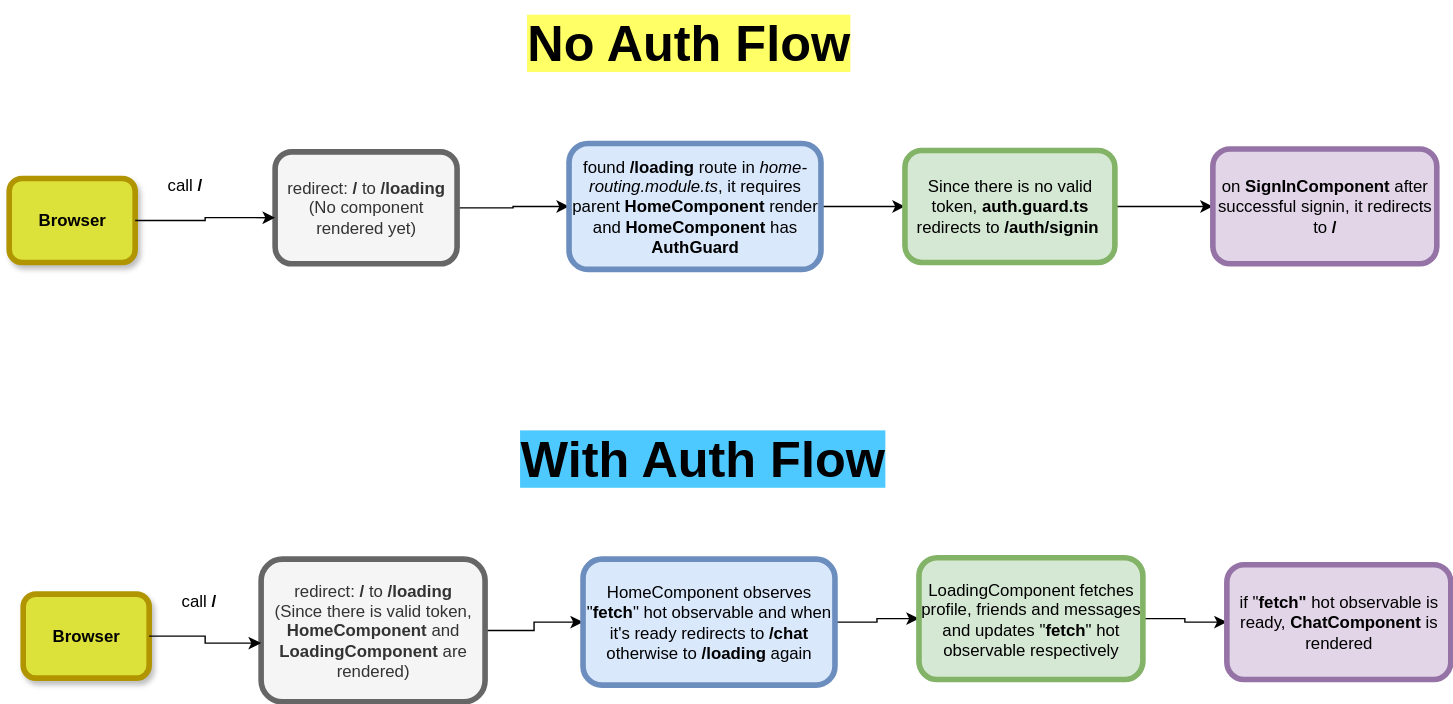
mtorak/spring-angular9-to-20-upgrade-nebular-theme keeps this draw.io diagram as images/auth-flow-nebular-chat.drawio.svg. Above is the earlier version. Source tidied: cells renumbered, new cells last; positions are measured from the earlier drawing's top-left corner, leaving out a move shared by most shapes. The source it was exported from:
```xml
<mxGraphModel>
  <root>
    <mxCell id="0" />
    <mxCell id="1" parent="0" />
    <mxCell id="2" value="&lt;b&gt;Browser&lt;/b&gt;" style="rounded=1;whiteSpace=wrap;html=1;strokeWidth=4;shadow=1;strokeColor=#B09500;fillColor=#DCE239;fontColor=#000000;" parent="1" vertex="1">
      <mxGeometry y="127" width="90" height="60" as="geometry" />
    </mxCell>
    <mxCell id="3" style="edgeStyle=orthogonalEdgeStyle;rounded=0;jettySize=auto;html=1;" parent="1" edge="1" source="4" target="7">
      <mxGeometry relative="1" as="geometry" />
    </mxCell>
    <mxCell id="4" value="redirect: &lt;b&gt;/&lt;/b&gt; to &lt;b&gt;/loading&lt;/b&gt;&lt;div&gt;(No component rendered yet)&lt;/div&gt;" style="rounded=1;whiteSpace=wrap;html=1;fillColor=#f5f5f5;fontColor=#333333;strokeColor=#666666;strokeWidth=4;" parent="1" vertex="1">
      <mxGeometry x="190" y="108" width="130" height="80" as="geometry" />
    </mxCell>
    <mxCell id="5" value="call &lt;b&gt;/&lt;/b&gt;" style="text;html=1;align=center;verticalAlign=middle;strokeColor=none;fillColor=none;" parent="1" vertex="1">
      <mxGeometry x="100" y="117" width="50" height="30" as="geometry" />
    </mxCell>
    <mxCell id="6" style="edgeStyle=orthogonalEdgeStyle;rounded=0;jettySize=auto;html=1;entryX=0;entryY=0.5;entryDx=0;entryDy=0;" parent="1" edge="1" source="7" target="9">
      <mxGeometry relative="1" as="geometry" />
    </mxCell>
    <mxCell id="7" value="found &lt;b&gt;/loading &lt;/b&gt;route in&amp;nbsp;&lt;i&gt;home-routing.module.ts&lt;/i&gt;, it requires parent &lt;b&gt;HomeComponent&lt;/b&gt; render and &lt;b&gt;HomeComponent&lt;/b&gt; has &lt;b&gt;AuthGuard&lt;/b&gt;" style="rounded=1;whiteSpace=wrap;html=1;fillColor=#dae8fc;strokeColor=#6c8ebf;strokeWidth=4;" parent="1" vertex="1">
      <mxGeometry x="400" y="102" width="180" height="90" as="geometry" />
    </mxCell>
    <mxCell id="8" style="edgeStyle=orthogonalEdgeStyle;rounded=0;jettySize=auto;html=1;entryX=0;entryY=0.5;entryDx=0;entryDy=0;" parent="1" edge="1" source="9" target="10">
      <mxGeometry relative="1" as="geometry" />
    </mxCell>
    <mxCell id="9" value="Since there is no valid token,&lt;b&gt; auth.guard.ts &lt;/b&gt;redirects to &lt;b&gt;/auth/signin&amp;nbsp;&lt;/b&gt;" style="rounded=1;whiteSpace=wrap;html=1;fillColor=#d5e8d4;strokeColor=#82b366;strokeWidth=4;" parent="1" vertex="1">
      <mxGeometry x="640" y="107" width="150" height="80" as="geometry" />
    </mxCell>
    <mxCell id="10" value="on &lt;b&gt;SignInComponent &lt;/b&gt;after successful signin, it redirects to &lt;b&gt;/&lt;/b&gt;" style="rounded=1;whiteSpace=wrap;html=1;fillColor=#e1d5e7;strokeColor=#9673a6;strokeWidth=4;" parent="1" vertex="1">
      <mxGeometry x="860" y="106" width="160" height="82" as="geometry" />
    </mxCell>
    <mxCell id="11" style="edgeStyle=orthogonalEdgeStyle;rounded=0;jettySize=auto;html=1;entryX=0;entryY=0.588;entryDx=0;entryDy=0;entryPerimeter=0;" parent="1" edge="1" source="2" target="4">
      <mxGeometry relative="1" as="geometry" />
    </mxCell>
    <mxCell id="12" value="&lt;font style=&quot;font-size: 36px;&quot;&gt;&lt;b style=&quot;background-color: rgb(255, 255, 102);&quot;&gt;No Auth Flow&lt;/b&gt;&lt;/font&gt;" style="text;html=1;align=center;verticalAlign=middle;strokeColor=none;fillColor=none;" parent="1" vertex="1">
      <mxGeometry x="360" width="250" height="60" as="geometry" />
    </mxCell>
    <mxCell id="13" value="&lt;b&gt;Browser&lt;/b&gt;" style="rounded=1;whiteSpace=wrap;html=1;glass=0;shadow=1;strokeWidth=4;strokeColor=#B09500;fillColor=#DCE239;fontColor=#000000;" parent="1" vertex="1">
      <mxGeometry x="10" y="424" width="90" height="60" as="geometry" />
    </mxCell>
    <mxCell id="14" style="edgeStyle=orthogonalEdgeStyle;rounded=0;jettySize=auto;html=1;" parent="1" edge="1" source="15" target="18">
      <mxGeometry relative="1" as="geometry" />
    </mxCell>
    <mxCell id="15" value="redirect: &lt;b&gt;/&lt;/b&gt; to &lt;b&gt;/loading&lt;/b&gt;&lt;div&gt;(Since there is valid token, &lt;b&gt;HomeComponent&lt;/b&gt; and &lt;b&gt;LoadingComponent&lt;/b&gt; are rendered)&lt;/div&gt;" style="rounded=1;whiteSpace=wrap;html=1;fillColor=#f5f5f5;fontColor=#333333;strokeColor=#666666;strokeWidth=4;" parent="1" vertex="1">
      <mxGeometry x="180" y="399" width="160" height="102" as="geometry" />
    </mxCell>
    <mxCell id="16" value="call &lt;b&gt;/&lt;/b&gt;" style="text;html=1;align=center;verticalAlign=middle;strokeColor=none;fillColor=none;" parent="1" vertex="1">
      <mxGeometry x="110" y="414" width="50" height="30" as="geometry" />
    </mxCell>
    <mxCell id="17" style="edgeStyle=orthogonalEdgeStyle;rounded=0;jettySize=auto;html=1;entryX=0;entryY=0.5;entryDx=0;entryDy=0;" parent="1" edge="1" source="18" target="20">
      <mxGeometry relative="1" as="geometry" />
    </mxCell>
    <mxCell id="18" value="HomeComponent observes &quot;&lt;b&gt;fetch&lt;/b&gt;&quot; hot observable and when it's ready redirects to &lt;b&gt;/chat &lt;/b&gt;otherwise to &lt;b&gt;/loading&lt;/b&gt; again" style="rounded=1;whiteSpace=wrap;html=1;fillColor=#dae8fc;strokeColor=#6c8ebf;strokeWidth=4;" parent="1" vertex="1">
      <mxGeometry x="410" y="399" width="180" height="90" as="geometry" />
    </mxCell>
    <mxCell id="19" style="edgeStyle=orthogonalEdgeStyle;rounded=0;jettySize=auto;html=1;entryX=0;entryY=0.5;entryDx=0;entryDy=0;" parent="1" edge="1" source="20" target="21">
      <mxGeometry relative="1" as="geometry" />
    </mxCell>
    <mxCell id="20" value="LoadingComponent fetches profile, friends and messages and updates &quot;&lt;b&gt;fetch&lt;/b&gt;&quot; hot observable respectively" style="rounded=1;whiteSpace=wrap;html=1;fillColor=#d5e8d4;strokeColor=#82b366;strokeWidth=4;" parent="1" vertex="1">
      <mxGeometry x="650" y="398" width="160" height="87" as="geometry" />
    </mxCell>
    <mxCell id="21" value="if &quot;&lt;b&gt;fetch&quot; &lt;/b&gt;hot observable is ready, &lt;b&gt;ChatComponent&lt;/b&gt; is rendered" style="rounded=1;whiteSpace=wrap;html=1;fillColor=#e1d5e7;strokeColor=#9673a6;strokeWidth=4;" parent="1" vertex="1">
      <mxGeometry x="870" y="403" width="160" height="82" as="geometry" />
    </mxCell>
    <mxCell id="22" style="edgeStyle=orthogonalEdgeStyle;rounded=0;jettySize=auto;html=1;entryX=0;entryY=0.588;entryDx=0;entryDy=0;entryPerimeter=0;" parent="1" edge="1" source="13" target="15">
      <mxGeometry relative="1" as="geometry" />
    </mxCell>
    <mxCell id="23" value="&lt;font style=&quot;font-size: 36px;&quot;&gt;&lt;b style=&quot;background-color: light-dark(rgb(77, 201, 255), rgb(43, 130, 218));&quot;&gt;With Auth Flow&lt;/b&gt;&lt;/font&gt;" style="text;html=1;align=center;verticalAlign=middle;strokeColor=none;fillColor=none;fontFamily=Helvetica;" parent="1" vertex="1">
      <mxGeometry x="355" y="297" width="280" height="60" as="geometry" />
    </mxCell>
  </root>
</mxGraphModel>
```
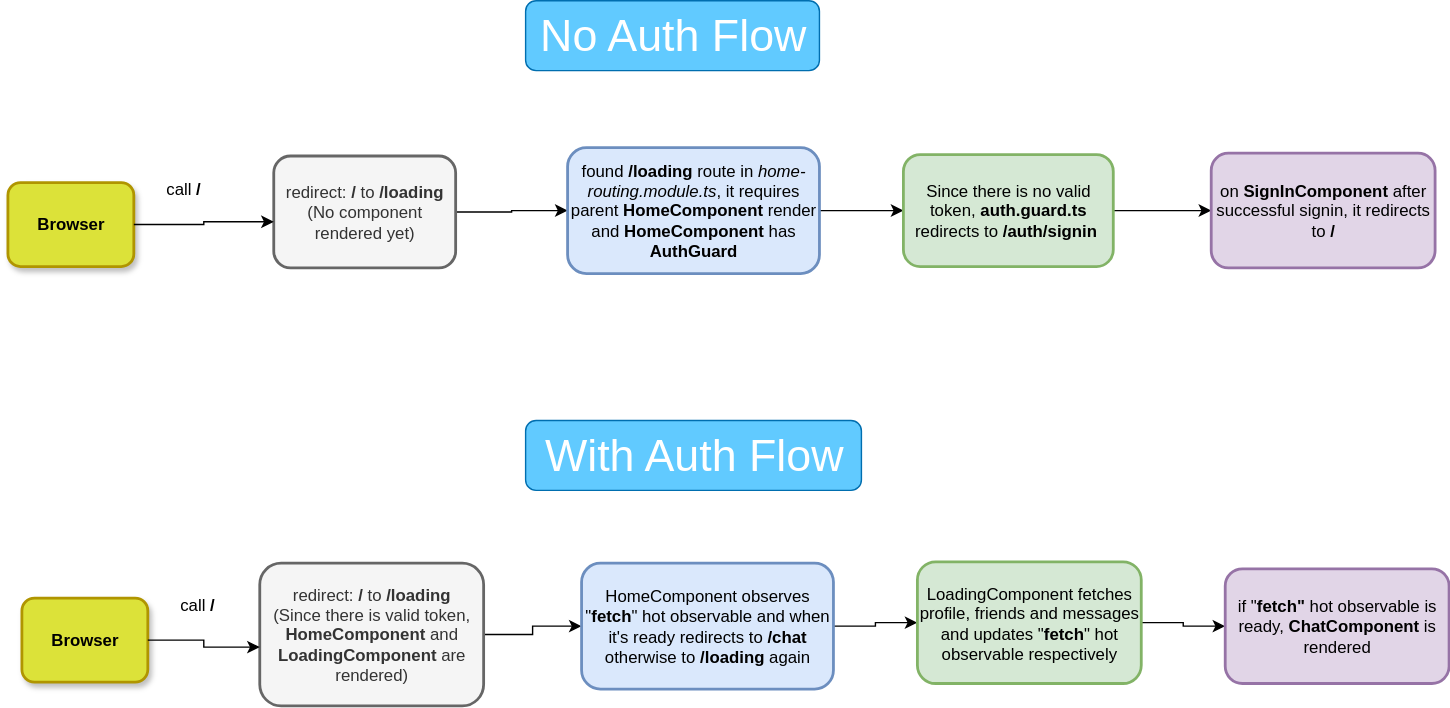
Later version of the same file.

Diff of the diagram source:
```diff
@@ -2,13 +2,13 @@
   <root>
     <mxCell id="0" />
     <mxCell id="1" parent="0" />
-    <mxCell id="2" value="&lt;b&gt;Browser&lt;/b&gt;" style="rounded=1;whiteSpace=wrap;html=1;strokeWidth=4;shadow=1;strokeColor=#B09500;fillColor=#DCE239;fontColor=#000000;" parent="1" vertex="1">
+    <mxCell id="2" value="&lt;b&gt;Browser&lt;/b&gt;" style="rounded=1;whiteSpace=wrap;html=1;strokeWidth=2;shadow=1;strokeColor=#B09500;fillColor=#DCE239;fontColor=#000000;" parent="1" vertex="1">
       <mxGeometry y="127" width="90" height="60" as="geometry" />
     </mxCell>
     <mxCell id="3" style="edgeStyle=orthogonalEdgeStyle;rounded=0;jettySize=auto;html=1;" parent="1" edge="1" source="4" target="7">
       <mxGeometry relative="1" as="geometry" />
     </mxCell>
-    <mxCell id="4" value="redirect: &lt;b&gt;/&lt;/b&gt; to &lt;b&gt;/loading&lt;/b&gt;&lt;div&gt;(No component rendered yet)&lt;/div&gt;" style="rounded=1;whiteSpace=wrap;html=1;fillColor=#f5f5f5;fontColor=#333333;strokeColor=#666666;strokeWidth=4;" parent="1" vertex="1">
+    <mxCell id="4" value="redirect: &lt;b&gt;/&lt;/b&gt; to &lt;b&gt;/loading&lt;/b&gt;&lt;div&gt;(No component rendered yet)&lt;/div&gt;" style="rounded=1;whiteSpace=wrap;html=1;fillColor=#f5f5f5;fontColor=#333333;strokeColor=#666666;strokeWidth=2;" parent="1" vertex="1">
       <mxGeometry x="190" y="108" width="130" height="80" as="geometry" />
     </mxCell>
     <mxCell id="5" value="call &lt;b&gt;/&lt;/b&gt;" style="text;html=1;align=center;verticalAlign=middle;strokeColor=none;fillColor=none;" parent="1" vertex="1">
@@ -17,31 +17,28 @@
     <mxCell id="6" style="edgeStyle=orthogonalEdgeStyle;rounded=0;jettySize=auto;html=1;entryX=0;entryY=0.5;entryDx=0;entryDy=0;" parent="1" edge="1" source="7" target="9">
       <mxGeometry relative="1" as="geometry" />
     </mxCell>
-    <mxCell id="7" value="found &lt;b&gt;/loading &lt;/b&gt;route in&amp;nbsp;&lt;i&gt;home-routing.module.ts&lt;/i&gt;, it requires parent &lt;b&gt;HomeComponent&lt;/b&gt; render and &lt;b&gt;HomeComponent&lt;/b&gt; has &lt;b&gt;AuthGuard&lt;/b&gt;" style="rounded=1;whiteSpace=wrap;html=1;fillColor=#dae8fc;strokeColor=#6c8ebf;strokeWidth=4;" parent="1" vertex="1">
+    <mxCell id="7" value="found &lt;b&gt;/loading &lt;/b&gt;route in&amp;nbsp;&lt;i&gt;home-routing.module.ts&lt;/i&gt;, it requires parent &lt;b&gt;HomeComponent&lt;/b&gt; render and &lt;b&gt;HomeComponent&lt;/b&gt; has &lt;b&gt;AuthGuard&lt;/b&gt;" style="rounded=1;whiteSpace=wrap;html=1;fillColor=#dae8fc;strokeColor=#6c8ebf;strokeWidth=2;" parent="1" vertex="1">
       <mxGeometry x="400" y="102" width="180" height="90" as="geometry" />
     </mxCell>
     <mxCell id="8" style="edgeStyle=orthogonalEdgeStyle;rounded=0;jettySize=auto;html=1;entryX=0;entryY=0.5;entryDx=0;entryDy=0;" parent="1" edge="1" source="9" target="10">
       <mxGeometry relative="1" as="geometry" />
     </mxCell>
-    <mxCell id="9" value="Since there is no valid token,&lt;b&gt; auth.guard.ts &lt;/b&gt;redirects to &lt;b&gt;/auth/signin&amp;nbsp;&lt;/b&gt;" style="rounded=1;whiteSpace=wrap;html=1;fillColor=#d5e8d4;strokeColor=#82b366;strokeWidth=4;" parent="1" vertex="1">
+    <mxCell id="9" value="Since there is no valid token,&lt;b&gt; auth.guard.ts &lt;/b&gt;redirects to &lt;b&gt;/auth/signin&amp;nbsp;&lt;/b&gt;" style="rounded=1;whiteSpace=wrap;html=1;fillColor=#d5e8d4;strokeColor=#82b366;strokeWidth=2;" parent="1" vertex="1">
       <mxGeometry x="640" y="107" width="150" height="80" as="geometry" />
     </mxCell>
-    <mxCell id="10" value="on &lt;b&gt;SignInComponent &lt;/b&gt;after successful signin, it redirects to &lt;b&gt;/&lt;/b&gt;" style="rounded=1;whiteSpace=wrap;html=1;fillColor=#e1d5e7;strokeColor=#9673a6;strokeWidth=4;" parent="1" vertex="1">
+    <mxCell id="10" value="on &lt;b&gt;SignInComponent &lt;/b&gt;after successful signin, it redirects to &lt;b&gt;/&lt;/b&gt;" style="rounded=1;whiteSpace=wrap;html=1;fillColor=#e1d5e7;strokeColor=#9673a6;strokeWidth=2;" parent="1" vertex="1">
       <mxGeometry x="860" y="106" width="160" height="82" as="geometry" />
     </mxCell>
     <mxCell id="11" style="edgeStyle=orthogonalEdgeStyle;rounded=0;jettySize=auto;html=1;entryX=0;entryY=0.588;entryDx=0;entryDy=0;entryPerimeter=0;" parent="1" edge="1" source="2" target="4">
       <mxGeometry relative="1" as="geometry" />
     </mxCell>
-    <mxCell id="12" value="&lt;font style=&quot;font-size: 36px;&quot;&gt;&lt;b style=&quot;background-color: rgb(255, 255, 102);&quot;&gt;No Auth Flow&lt;/b&gt;&lt;/font&gt;" style="text;html=1;align=center;verticalAlign=middle;strokeColor=none;fillColor=none;" parent="1" vertex="1">
-      <mxGeometry x="360" width="250" height="60" as="geometry" />
-    </mxCell>
-    <mxCell id="13" value="&lt;b&gt;Browser&lt;/b&gt;" style="rounded=1;whiteSpace=wrap;html=1;glass=0;shadow=1;strokeWidth=4;strokeColor=#B09500;fillColor=#DCE239;fontColor=#000000;" parent="1" vertex="1">
+    <mxCell id="13" value="&lt;b&gt;Browser&lt;/b&gt;" style="rounded=1;whiteSpace=wrap;html=1;glass=0;shadow=1;strokeWidth=2;strokeColor=#B09500;fillColor=#DCE239;fontColor=#000000;" parent="1" vertex="1">
       <mxGeometry x="10" y="424" width="90" height="60" as="geometry" />
     </mxCell>
     <mxCell id="14" style="edgeStyle=orthogonalEdgeStyle;rounded=0;jettySize=auto;html=1;" parent="1" edge="1" source="15" target="18">
       <mxGeometry relative="1" as="geometry" />
     </mxCell>
-    <mxCell id="15" value="redirect: &lt;b&gt;/&lt;/b&gt; to &lt;b&gt;/loading&lt;/b&gt;&lt;div&gt;(Since there is valid token, &lt;b&gt;HomeComponent&lt;/b&gt; and &lt;b&gt;LoadingComponent&lt;/b&gt; are rendered)&lt;/div&gt;" style="rounded=1;whiteSpace=wrap;html=1;fillColor=#f5f5f5;fontColor=#333333;strokeColor=#666666;strokeWidth=4;" parent="1" vertex="1">
+    <mxCell id="15" value="redirect: &lt;b&gt;/&lt;/b&gt; to &lt;b&gt;/loading&lt;/b&gt;&lt;div&gt;(Since there is valid token, &lt;b&gt;HomeComponent&lt;/b&gt; and &lt;b&gt;LoadingComponent&lt;/b&gt; are rendered)&lt;/div&gt;" style="rounded=1;whiteSpace=wrap;html=1;fillColor=#f5f5f5;fontColor=#333333;strokeColor=#666666;strokeWidth=2;" parent="1" vertex="1">
       <mxGeometry x="180" y="399" width="160" height="102" as="geometry" />
     </mxCell>
     <mxCell id="16" value="call &lt;b&gt;/&lt;/b&gt;" style="text;html=1;align=center;verticalAlign=middle;strokeColor=none;fillColor=none;" parent="1" vertex="1">
@@ -50,23 +47,26 @@
     <mxCell id="17" style="edgeStyle=orthogonalEdgeStyle;rounded=0;jettySize=auto;html=1;entryX=0;entryY=0.5;entryDx=0;entryDy=0;" parent="1" edge="1" source="18" target="20">
       <mxGeometry relative="1" as="geometry" />
     </mxCell>
-    <mxCell id="18" value="HomeComponent observes &quot;&lt;b&gt;fetch&lt;/b&gt;&quot; hot observable and when it's ready redirects to &lt;b&gt;/chat &lt;/b&gt;otherwise to &lt;b&gt;/loading&lt;/b&gt; again" style="rounded=1;whiteSpace=wrap;html=1;fillColor=#dae8fc;strokeColor=#6c8ebf;strokeWidth=4;" parent="1" vertex="1">
+    <mxCell id="18" value="HomeComponent observes &quot;&lt;b&gt;fetch&lt;/b&gt;&quot; hot observable and when it's ready redirects to &lt;b&gt;/chat &lt;/b&gt;otherwise to &lt;b&gt;/loading&lt;/b&gt; again" style="rounded=1;whiteSpace=wrap;html=1;fillColor=#dae8fc;strokeColor=#6c8ebf;strokeWidth=2;" parent="1" vertex="1">
       <mxGeometry x="410" y="399" width="180" height="90" as="geometry" />
     </mxCell>
     <mxCell id="19" style="edgeStyle=orthogonalEdgeStyle;rounded=0;jettySize=auto;html=1;entryX=0;entryY=0.5;entryDx=0;entryDy=0;" parent="1" edge="1" source="20" target="21">
       <mxGeometry relative="1" as="geometry" />
     </mxCell>
-    <mxCell id="20" value="LoadingComponent fetches profile, friends and messages and updates &quot;&lt;b&gt;fetch&lt;/b&gt;&quot; hot observable respectively" style="rounded=1;whiteSpace=wrap;html=1;fillColor=#d5e8d4;strokeColor=#82b366;strokeWidth=4;" parent="1" vertex="1">
+    <mxCell id="20" value="LoadingComponent fetches profile, friends and messages and updates &quot;&lt;b&gt;fetch&lt;/b&gt;&quot; hot observable respectively" style="rounded=1;whiteSpace=wrap;html=1;fillColor=#d5e8d4;strokeColor=#82b366;strokeWidth=2;" parent="1" vertex="1">
       <mxGeometry x="650" y="398" width="160" height="87" as="geometry" />
     </mxCell>
-    <mxCell id="21" value="if &quot;&lt;b&gt;fetch&quot; &lt;/b&gt;hot observable is ready, &lt;b&gt;ChatComponent&lt;/b&gt; is rendered" style="rounded=1;whiteSpace=wrap;html=1;fillColor=#e1d5e7;strokeColor=#9673a6;strokeWidth=4;" parent="1" vertex="1">
+    <mxCell id="21" value="if &quot;&lt;b&gt;fetch&quot; &lt;/b&gt;hot observable is ready, &lt;b&gt;ChatComponent&lt;/b&gt; is rendered" style="rounded=1;whiteSpace=wrap;html=1;fillColor=#e1d5e7;strokeColor=#9673a6;strokeWidth=2;" parent="1" vertex="1">
       <mxGeometry x="870" y="403" width="160" height="82" as="geometry" />
     </mxCell>
     <mxCell id="22" style="edgeStyle=orthogonalEdgeStyle;rounded=0;jettySize=auto;html=1;entryX=0;entryY=0.588;entryDx=0;entryDy=0;entryPerimeter=0;" parent="1" edge="1" source="13" target="15">
       <mxGeometry relative="1" as="geometry" />
     </mxCell>
+    <mxCell id="12" value="No Auth Flow" style="text;html=1;align=center;verticalAlign=middle;strokeColor=#006EAF;fillColor=light-dark(#61caff, #198cc4);fontSize=32;rounded=1;fontColor=#ffffff;" parent="1" vertex="1">
+      <mxGeometry x="370" y="-3" width="210" height="50" as="geometry" />
+    </mxCell>
-    <mxCell id="23" value="&lt;font style=&quot;font-size: 36px;&quot;&gt;&lt;b style=&quot;background-color: light-dark(rgb(77, 201, 255), rgb(43, 130, 218));&quot;&gt;With Auth Flow&lt;/b&gt;&lt;/font&gt;" style="text;html=1;align=center;verticalAlign=middle;strokeColor=none;fillColor=none;fontFamily=Helvetica;" parent="1" vertex="1">
-      <mxGeometry x="355" y="297" width="280" height="60" as="geometry" />
+    <mxCell id="23" value="&lt;span&gt;With Auth Flow&lt;/span&gt;" style="text;html=1;align=center;verticalAlign=middle;strokeColor=#006EAF;fillColor=light-dark(#61caff, #198cc4);fontSize=32;rounded=1;fontColor=#ffffff;fontStyle=0;" parent="1" vertex="1">
+      <mxGeometry x="370" y="297" width="240" height="50" as="geometry" />
     </mxCell>
   </root>
 </mxGraphModel>
```
